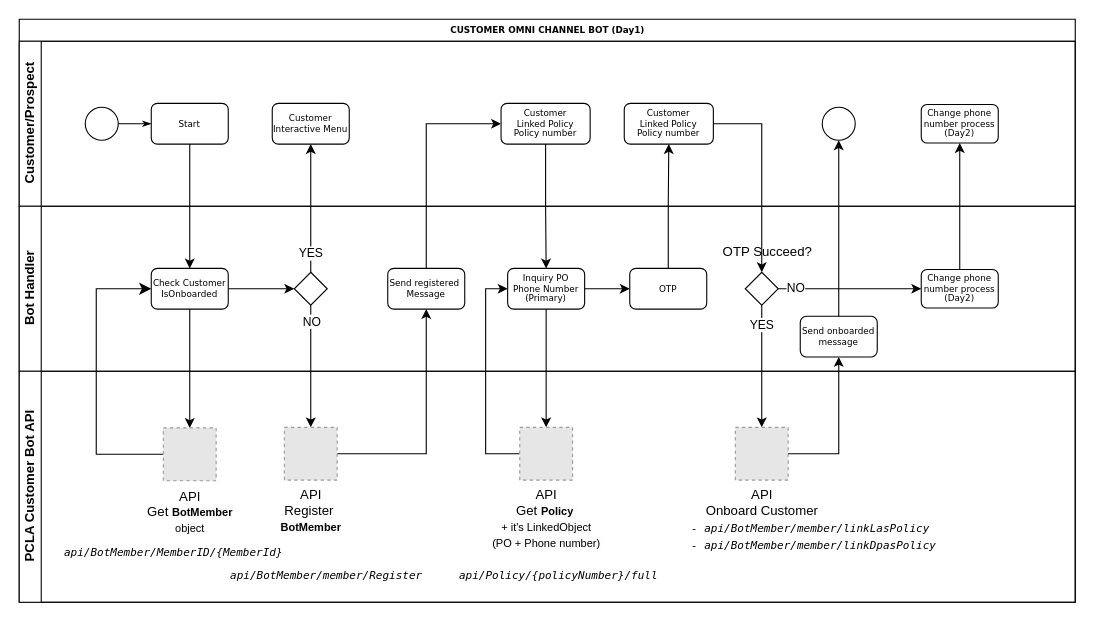
Earlier version of the draw.io diagram Customer Omni Channel Bot.drawio (sovanminea/pru). Source tidied: cells renumbered, new cells numbered last; positions are measured from the earlier drawing's top-left corner, leaving out a move shared by most shapes. Both pictures are drawn from the tidied source at 110%, with x=0, y=0 at pixel (19, 19). Pictures stored in the file or linked from it are replaced by grey dashed boxes.
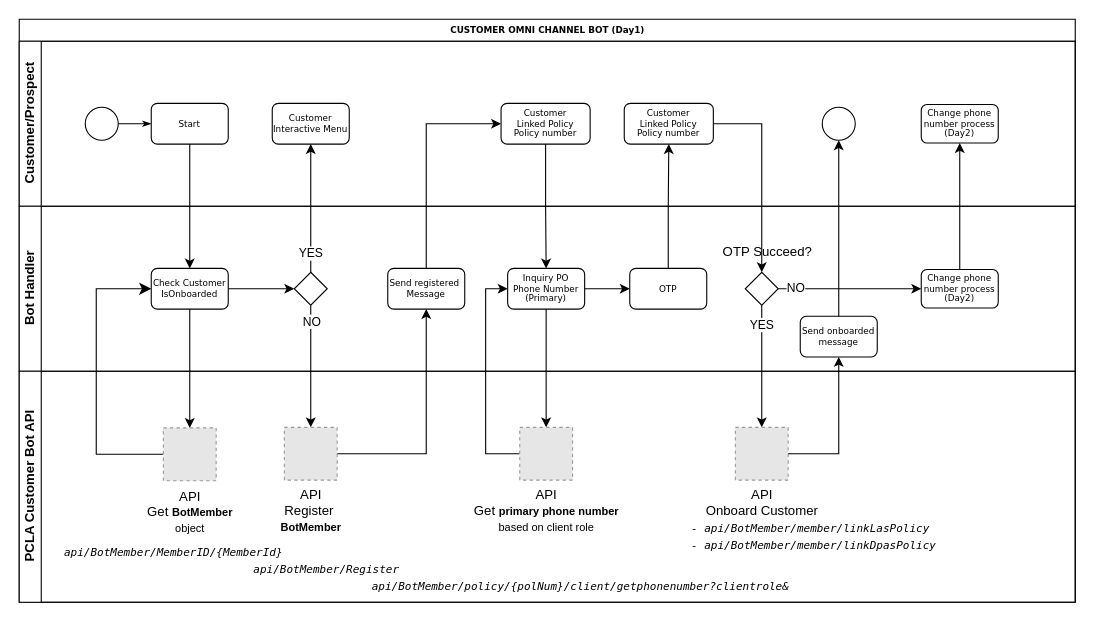
The same diagram, later.

Unchanged cells that the change refers to:
```xml
<mxCell id="42" value="PCLA Customer Bot API" style="swimlane;html=1;startSize=20;horizontal=0;" parent="2" vertex="1">
  <mxGeometry y="320" width="960" height="210" as="geometry" />
</mxCell>
```

Change to the diagram source:
```diff
@@
-    <mxCell id="46" value="&lt;i&gt;&lt;font style=&quot;font-size: 10px;&quot; face=&quot;Lucida Console&quot;&gt;api/BotMember/member/Register&lt;/font&gt;&lt;/i&gt;" style="text;html=1;align=center;verticalAlign=middle;strokeColor=none;fillColor=none;" parent="42" vertex="1">
-      <mxGeometry x="179" y="170" width="200" height="30" as="geometry" />
+    <mxCell id="46" value="&lt;i&gt;&lt;font style=&quot;font-size: 10px;&quot; face=&quot;Lucida Console&quot;&gt;api/BotMember/Register&lt;/font&gt;&lt;/i&gt;" style="text;html=1;align=center;verticalAlign=middle;strokeColor=none;fillColor=none;" parent="42" vertex="1">
+      <mxGeometry x="199" y="165" width="160" height="30" as="geometry" />
     </mxCell>
-    <mxCell id="47" value="API&lt;br&gt;Get&amp;nbsp;&lt;b style=&quot;border-color: var(--border-color); font-size: 10px; background-color: rgb(251, 251, 251);&quot;&gt;Policy&lt;/b&gt;&lt;span style=&quot;font-size: 10px; background-color: rgb(251, 251, 251);&quot;&gt;&amp;nbsp;&lt;/span&gt;&lt;br style=&quot;border-color: var(--border-color); font-size: 10px; background-color: rgb(251, 251, 251);&quot;&gt;&lt;span style=&quot;font-size: 10px; background-color: rgb(251, 251, 251);&quot;&gt;+ it's LinkedObject&lt;/span&gt;&lt;br style=&quot;border-color: var(--border-color); font-size: 10px; background-color: rgb(251, 251, 251);&quot;&gt;&lt;span style=&quot;font-size: 10px; background-color: rgb(251, 251, 251);&quot;&gt;(PO + Phone number)&lt;/span&gt;" style="fillColor=#E6E6E6;strokeColor=#999999;dashed=1;html=1;verticalAlign=top;verticalLabelPosition=bottom;labelBackgroundColor=#ffffff;" parent="42" vertex="1">
+    <mxCell id="47" value="API&lt;br&gt;Get &lt;span style=&quot;font-size: 10px; background-color: rgb(251, 251, 251);&quot;&gt;&lt;b&gt;primary phone number&lt;/b&gt;&lt;br&gt;based on client role&lt;br&gt;&lt;/span&gt;" style="fillColor=#E6E6E6;strokeColor=#999999;dashed=1;html=1;verticalAlign=top;verticalLabelPosition=bottom;labelBackgroundColor=#ffffff;" parent="42" vertex="1">
       <mxGeometry x="455" y="51" width="48" height="48" as="geometry" />
     </mxCell>
-    <mxCell id="48" value="&lt;i&gt;&lt;font style=&quot;font-size: 10px;&quot; face=&quot;Lucida Console&quot;&gt;api/Policy/{policyNumber}/full&lt;/font&gt;&lt;/i&gt;" style="text;html=1;align=center;verticalAlign=middle;strokeColor=none;fillColor=none;" parent="42" vertex="1">
-      <mxGeometry x="390" y="170" width="200" height="30" as="geometry" />
+    <mxCell id="48" value="&lt;i&gt;&lt;font style=&quot;font-size: 10px;&quot; face=&quot;Lucida Console&quot;&gt;api/BotMember/policy/{polNum}/client/getphonenumber?clientrole&amp;amp;&lt;/font&gt;&lt;/i&gt;" style="text;html=1;align=center;verticalAlign=middle;strokeColor=none;fillColor=none;" parent="42" vertex="1">
+      <mxGeometry x="310" y="180" width="400" height="30" as="geometry" />
     </mxCell>
```
